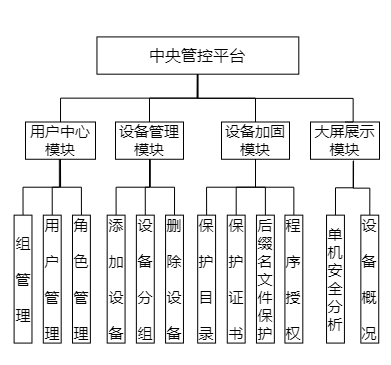
The draw.io diagram 功能划分图.png in EchoZgj/paper, before a commit. Source tidied: cells renumbered, new cells last; positions are measured from the earlier drawing's top-left corner, leaving out a move shared by most shapes.
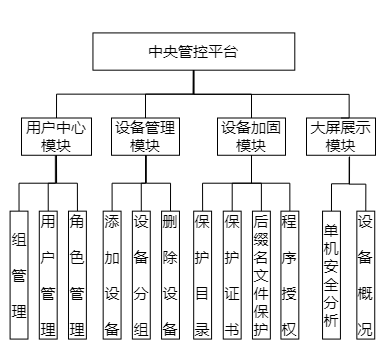
After the change.

Commit message:
Added 功能划分图.png

Diff of the diagram source:
```diff
@@ -17,7 +17,7 @@
     <mxCell id="6" style="group;" parent="5" vertex="1">
       <mxGeometry width="380" height="331" as="geometry" />
     </mxCell>
-    <mxCell id="7" value="&lt;font style=&quot;font-size: 16px&quot;&gt;中央管控平台&lt;/font&gt;" style="rounded=0;whiteSpace=wrap;html=1;" parent="6" vertex="1">
+    <mxCell id="7" value="&lt;font style=&quot;font-size: 15px&quot;&gt;中央管控平台&lt;/font&gt;" style="rounded=0;whiteSpace=wrap;html=1;" parent="6" vertex="1">
       <mxGeometry x="90.4" y="12.4" width="201.8" height="37.3" as="geometry" />
     </mxCell>
     <mxCell id="8" style="edgeStyle=orthogonalEdgeStyle;rounded=0;jettySize=auto;html=1;exitX=0.5;exitY=0;exitDx=0;exitDy=0;endArrow=none;endFill=0;" parent="6" edge="1" source="9" target="7">
```
